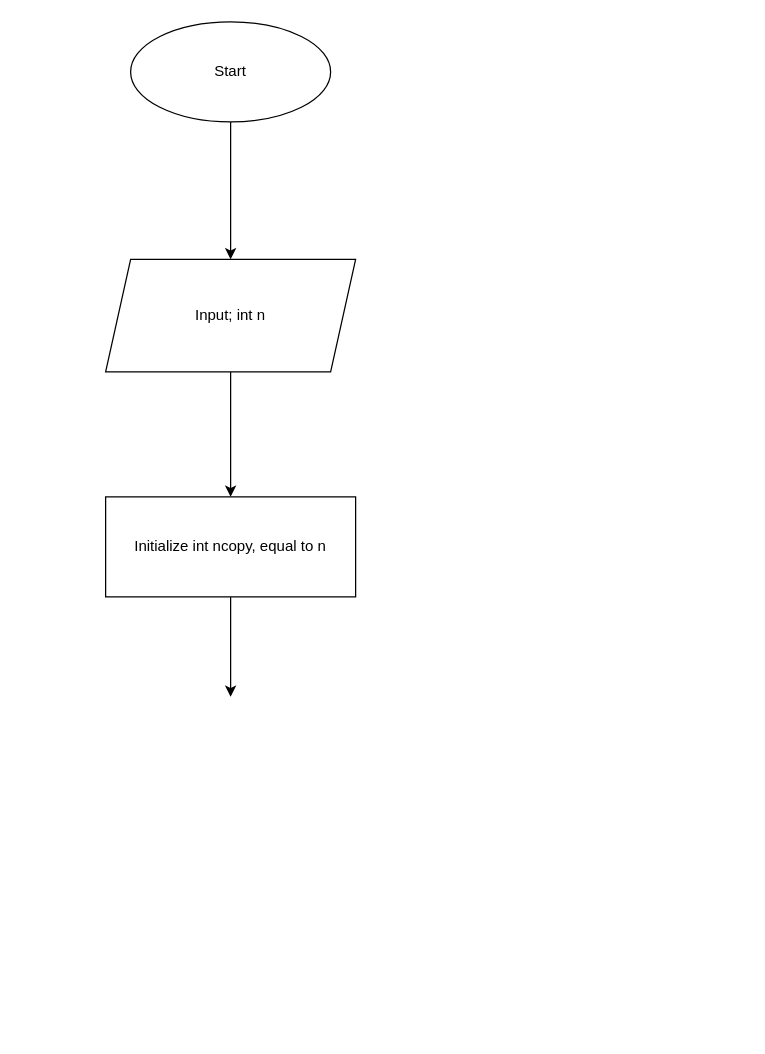
Before: Untitled Diagram.drawio in mphaphulimaureen/alx-pre_course, a draw.io diagram. Source tidied: cells renumbered, new cells numbered last; positions are measured from the earlier drawing's top-left corner, leaving out a move shared by most shapes. Both pictures are drawn from the tidied source at 125%, with x=0, y=0 at pixel (105, 21).
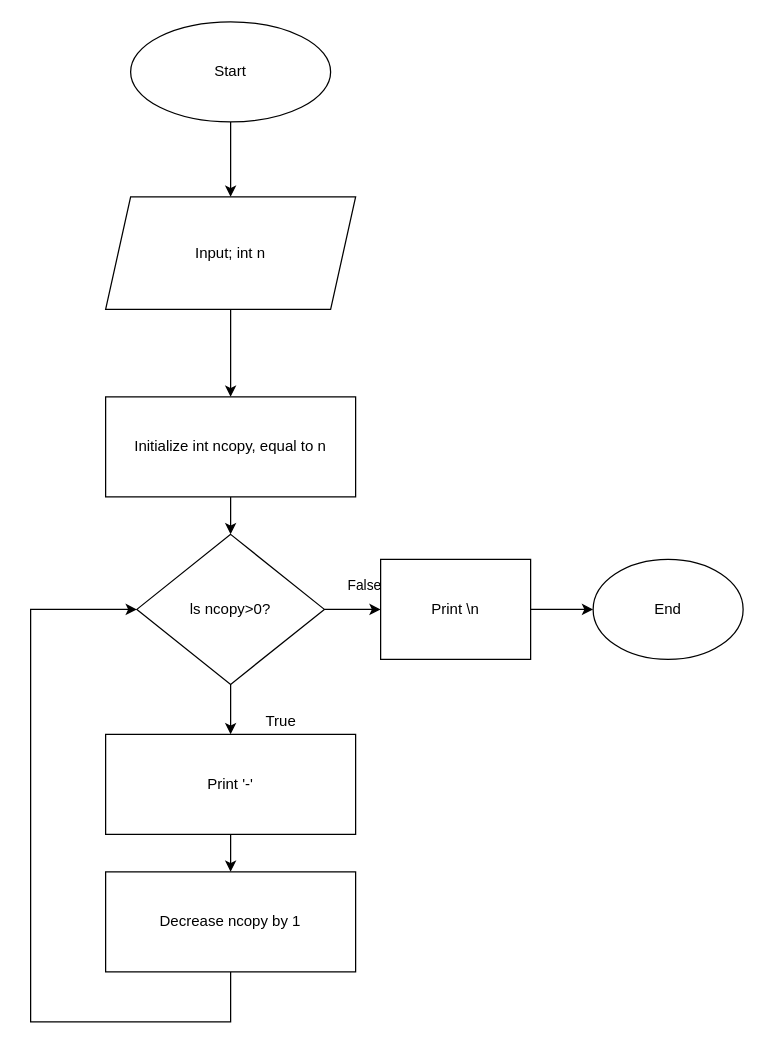
The same diagram, later.

The change refers to these unchanged cells:
```xml
<mxCell id="2" value="Start" style="ellipse;whiteSpace=wrap;html=1;" parent="1" vertex="1">
  <mxGeometry x="20" width="160" height="80" as="geometry" />
</mxCell>
```

What changed in the source:
```diff
@@
     <mxCell id="3" style="endArrow=classic;html=1;rounded=0;fontColor=none;exitX=0.5;exitY=1;exitDx=0;exitDy=0;" parent="1" edge="1" source="2">
       <mxGeometry relative="1" as="geometry">
-        <mxPoint x="100" y="190" as="targetPoint" />
+        <mxPoint x="100" y="140" as="targetPoint" />
       </mxGeometry>
     </mxCell>
     <mxCell id="4" value="Input; int n" style="shape=parallelogram;perimeter=parallelogramPerimeter;whiteSpace=wrap;html=1;fixedSize=1;" parent="1" vertex="1">
-      <mxGeometry y="190" width="200" height="90" as="geometry" />
+      <mxGeometry y="140" width="200" height="90" as="geometry" />
     </mxCell>
     <mxCell id="5" style="endArrow=classic;html=1;rounded=0;exitX=0.5;exitY=1;exitDx=0;exitDy=0;" parent="1" edge="1" source="4">
       <mxGeometry relative="1" as="geometry">
-        <mxPoint x="100" y="380" as="targetPoint" />
+        <mxPoint x="100" y="300" as="targetPoint" />
         <Array as="points">
-          <mxPoint x="100" y="340" />
+          <mxPoint x="100" y="300" />
         </Array>
       </mxGeometry>
     </mxCell>
     <mxCell id="6" value="Initialize int ncopy, equal to n" style="rounded=0;whiteSpace=wrap;html=1;" parent="1" vertex="1">
-      <mxGeometry y="380" width="200" height="80" as="geometry" />
+      <mxGeometry y="300" width="200" height="80" as="geometry" />
     </mxCell>
     <mxCell id="7" style="edgeStyle=none;jettySize=auto;html=1;rounded=0;exitX=0.5;exitY=1;exitDx=0;exitDy=0;" parent="1" edge="1" source="6">
       <mxGeometry relative="1" as="geometry">
-        <mxPoint x="100" y="540" as="targetPoint" />
+        <mxPoint x="100" y="410" as="targetPoint" />
       </mxGeometry>
     </mxCell>
+    <mxCell id="8" value="ls ncopy&amp;gt;0?" style="rhombus;whiteSpace=wrap;html=1;" parent="1" vertex="1">
+      <mxGeometry x="25" y="410" width="150" height="120" as="geometry" />
+    </mxCell>
+    <mxCell id="9" style="endArrow=classic;html=1;rounded=0;exitX=1;exitY=0.5;exitDx=0;exitDy=0;" parent="1" edge="1" source="8">
+      <mxGeometry relative="1" as="geometry">
+        <mxPoint x="220" y="470" as="targetPoint" />
+      </mxGeometry>
+    </mxCell>
+    <mxCell id="10" value="False" style="edgeLabel;html=1;align=center;verticalAlign=middle;" parent="9" vertex="1">
+      <mxGeometry x="-0.42" y="3" relative="1" as="geometry">
+        <mxPoint x="18" y="-17" as="offset" />
+      </mxGeometry>
+    </mxCell>
+    <mxCell id="11" value="Print \n" style="rounded=0;whiteSpace=wrap;html=1;" parent="1" vertex="1">
+      <mxGeometry x="220" y="430" width="120" height="80" as="geometry" />
+    </mxCell>
+    <mxCell id="12" style="edgeStyle=none;jettySize=auto;html=1;rounded=0;exitX=0.5;exitY=1;exitDx=0;exitDy=0;startArrow=none;" parent="1" edge="1" source="18">
+      <mxGeometry relative="1" as="geometry">
+        <mxPoint x="100" y="590" as="targetPoint" />
+      </mxGeometry>
+    </mxCell>
+    <mxCell id="13" value="True" style="text;html=1;align=center;verticalAlign=middle;strokeColor=none;fillColor=none;" parent="1" vertex="1">
+      <mxGeometry x="115" y="545" width="50" height="30" as="geometry" />
+    </mxCell>
+    <mxCell id="14" style="edgeStyle=none;jettySize=auto;html=1;rounded=0;exitX=0.5;exitY=1;exitDx=0;exitDy=0;" parent="1" edge="1" source="18">
+      <mxGeometry relative="1" as="geometry">
+        <mxPoint x="100" y="680" as="targetPoint" />
+      </mxGeometry>
+    </mxCell>
+    <mxCell id="15" value="Decrease ncopy by 1" style="rounded=0;whiteSpace=wrap;html=1;" parent="1" vertex="1">
+      <mxGeometry y="680" width="200" height="80" as="geometry" />
+    </mxCell>
+    <mxCell id="16" style="edgeStyle=none;jettySize=auto;html=1;rounded=0;entryX=0;entryY=0.5;entryDx=0;entryDy=0;exitX=0.5;exitY=1;exitDx=0;exitDy=0;" parent="1" edge="1" source="15" target="8">
+      <mxGeometry relative="1" as="geometry">
+        <Array as="points">
+          <mxPoint x="100" y="800" />
+          <mxPoint x="-30" y="800" />
+          <mxPoint x="-60" y="800" />
+          <mxPoint x="-60" y="700" />
+          <mxPoint x="-60" y="470" />
+        </Array>
+      </mxGeometry>
+    </mxCell>
+    <mxCell id="17" style="edgeStyle=none;jettySize=auto;html=1;rounded=0;exitX=1;exitY=0.5;exitDx=0;exitDy=0;" parent="1" edge="1" source="11">
+      <mxGeometry relative="1" as="geometry">
+        <mxPoint x="390" y="470" as="targetPoint" />
+        <Array as="points">
+          <mxPoint x="380" y="470" />
+        </Array>
+      </mxGeometry>
+    </mxCell>
+    <mxCell id="18" value="Print '-'" style="rounded=0;whiteSpace=wrap;html=1;" parent="1" vertex="1">
+      <mxGeometry y="570" width="200" height="80" as="geometry" />
+    </mxCell>
+    <mxCell id="19" style="endArrow=classic;html=1;rounded=0;exitX=0.5;exitY=1;exitDx=0;exitDy=0;entryX=0.5;entryY=0;entryDx=0;entryDy=0;" parent="1" edge="1" source="8" target="18">
+      <mxGeometry relative="1" as="geometry" />
+    </mxCell>
+    <mxCell id="20" value="End" style="ellipse;whiteSpace=wrap;html=1;" parent="1" vertex="1">
+      <mxGeometry x="390" y="430" width="120" height="80" as="geometry" />
+    </mxCell>
```
